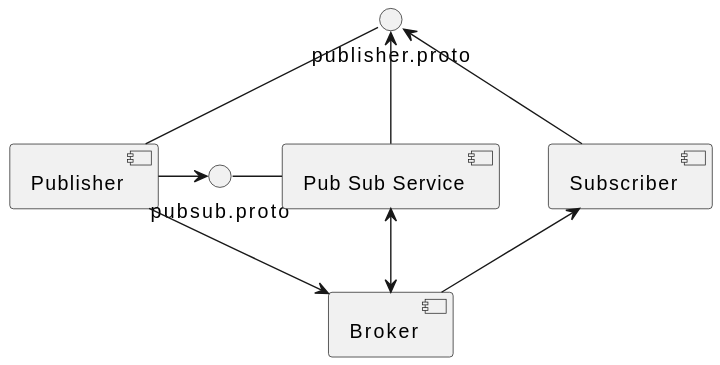
Earlier version of the PlantUML export docs/diagrams/pubsub_component.svg (eclipse-chariott/Agemo). Its diagram source:
```plantuml
@startuml
component "Publisher" as pub

pub -up- publisher.proto
pub -> pubsub.proto

component "Pub Sub Service" as ps_service

ps_service -left- pubsub.proto
ps_service -up-> publisher.proto

component "Subscriber" as sub

sub -up-> publisher.proto

[pub] -down-> [Broker]
[ps_service] <-down-> [Broker]
[sub] <-down- [Broker]
@enduml
```
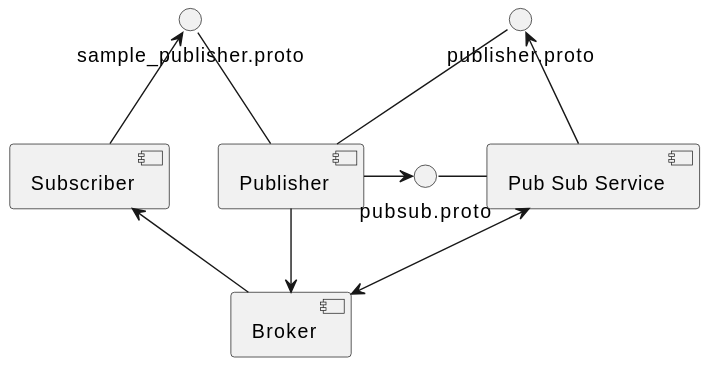
After the change.

Change to the diagram source:
```diff
@@ -1,7 +1,8 @@
-@startuml
+@startuml pubsub component diagram
 component "Publisher" as pub
 
 pub -up- publisher.proto
+pub -up- sample_publisher.proto
 pub -> pubsub.proto
 
 component "Pub Sub Service" as ps_service
@@ -11,9 +12,10 @@
 
 component "Subscriber" as sub
 
-sub -up-> publisher.proto
+sub -up-> sample_publisher.proto
 
 [pub] -down-> [Broker]
 [ps_service] <-down-> [Broker]
 [sub] <-down- [Broker]
+
 @enduml
```
